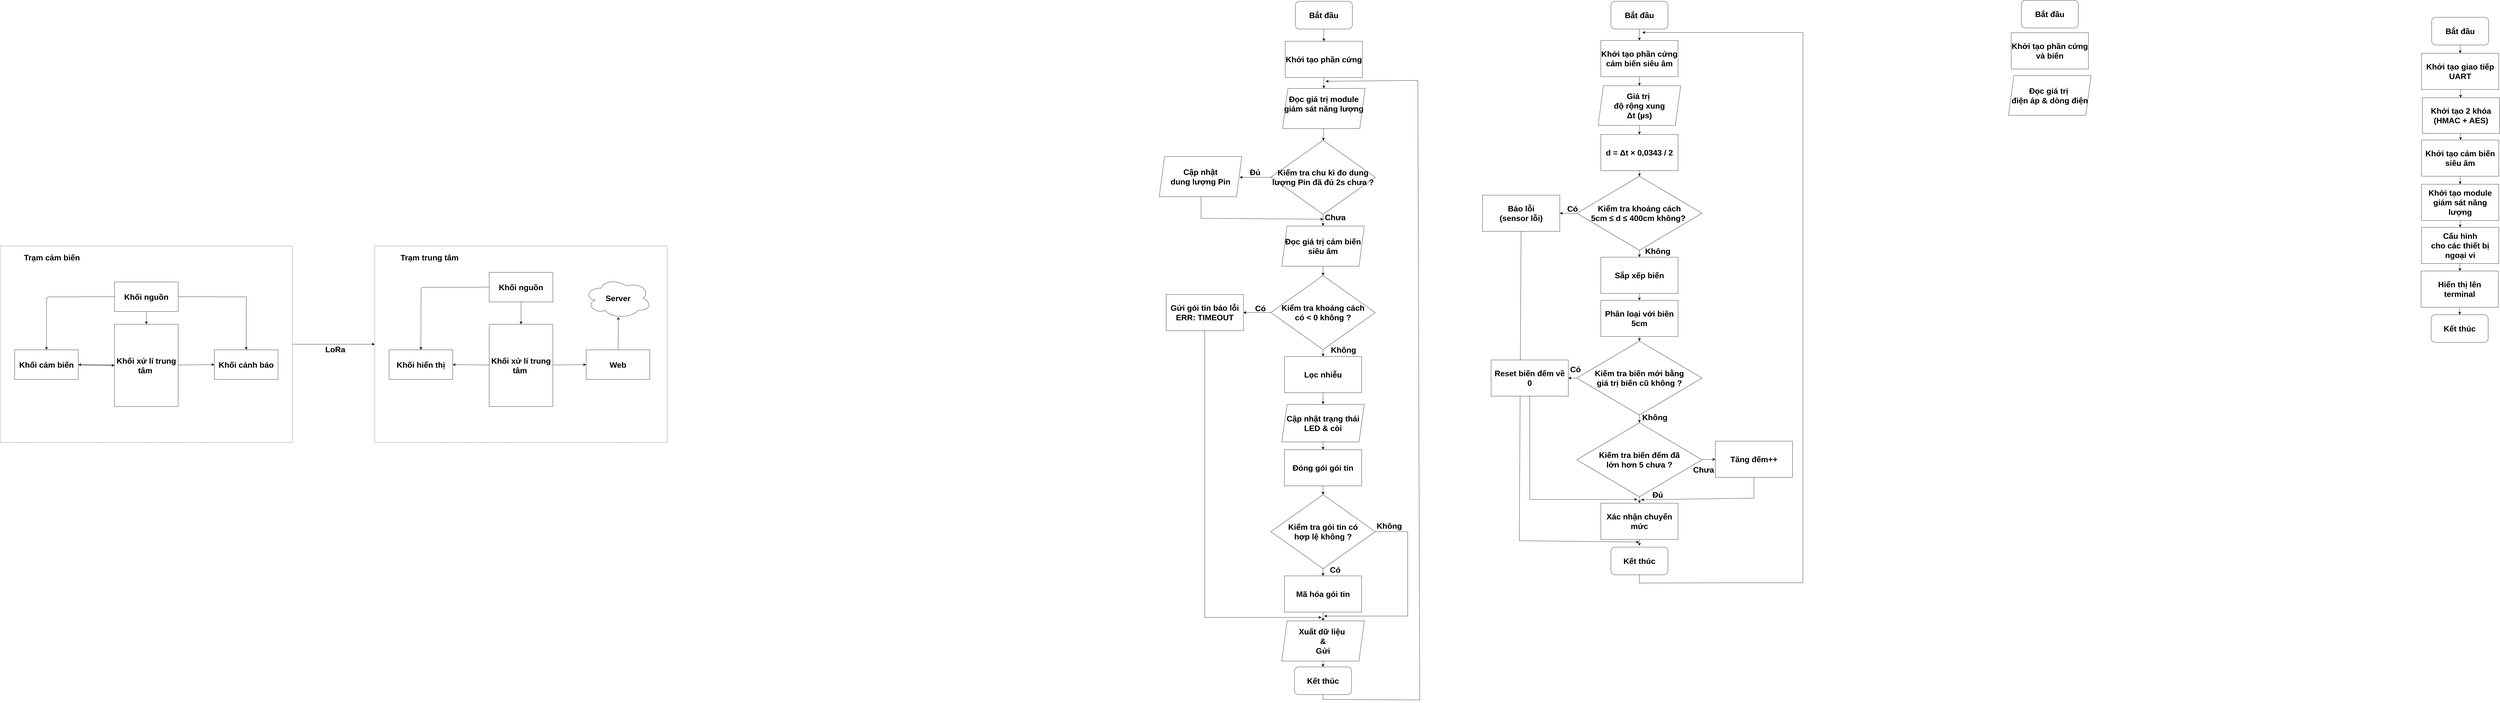
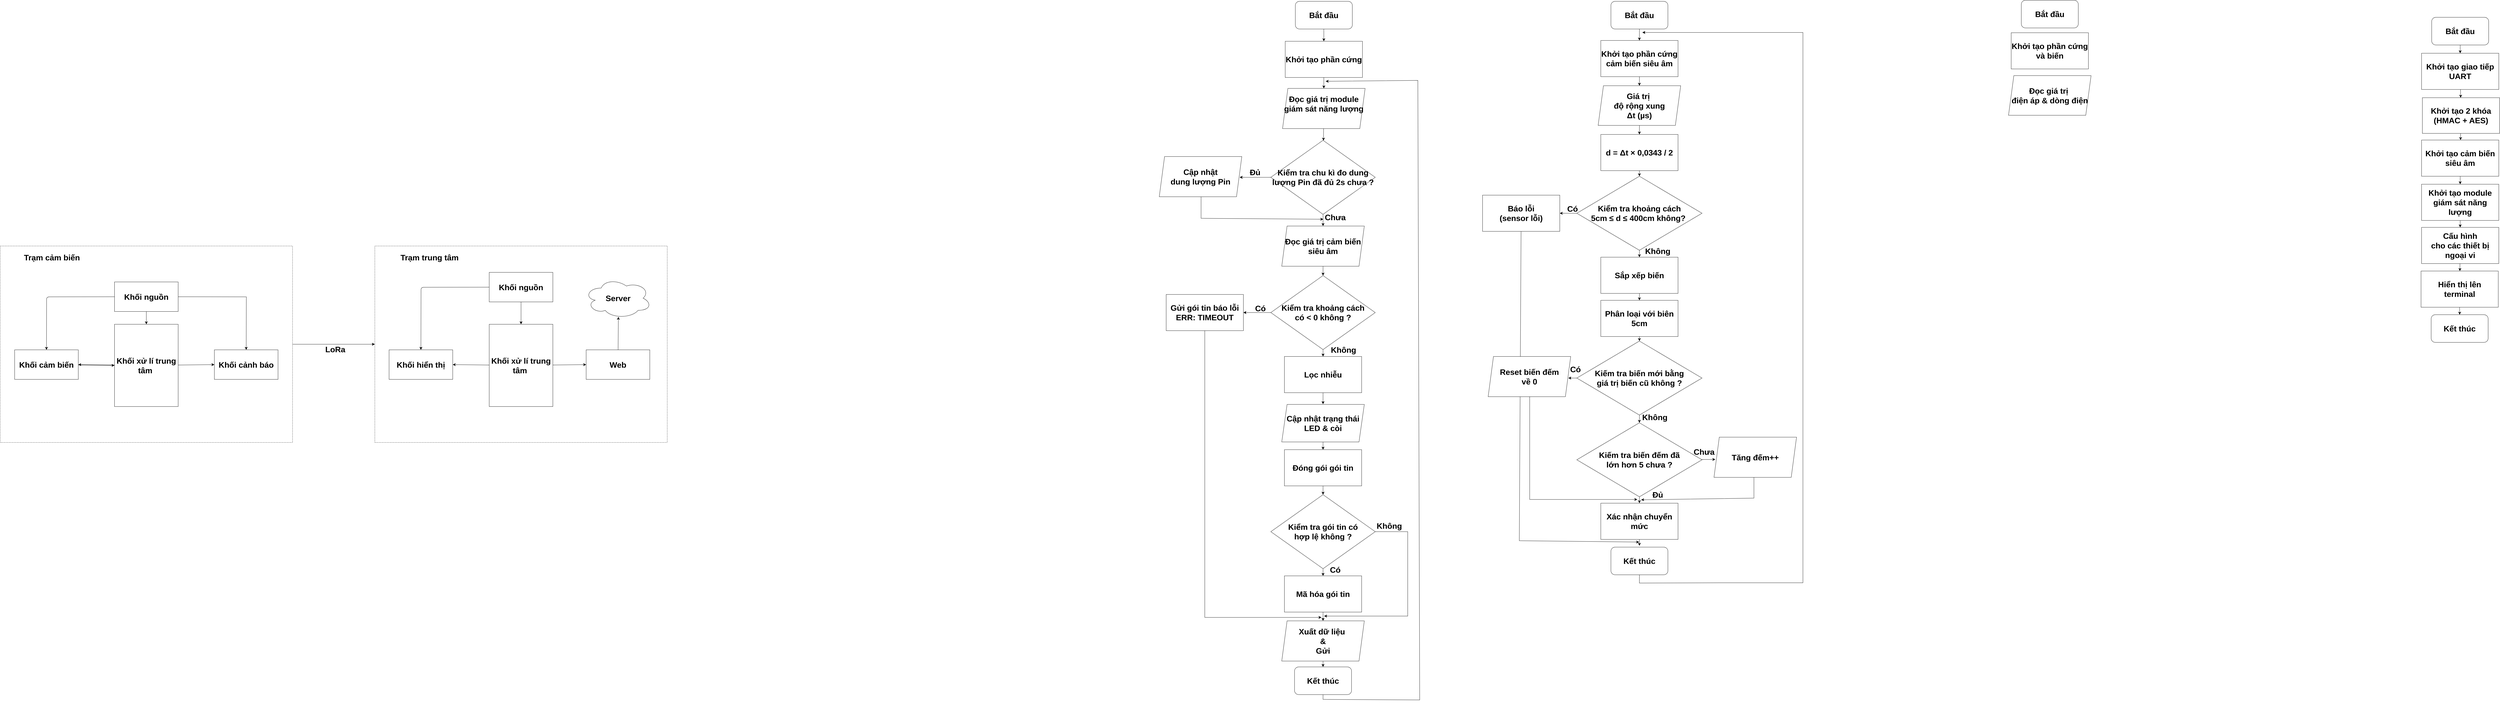
<mxfile host="app.diagrams.net">
  <diagram name="Page-1" id="Xzzm8pSJ2Ty5PO-fjyCe">
-     <mxGraphModel dx="4713" dy="2650" grid="0" gridSize="10" guides="1" tooltips="1" connect="1" arrows="1" fold="1" page="1" pageScale="1" pageWidth="4681" pageHeight="3300" math="0" shadow="0">
+     <mxGraphModel dx="2571" dy="1445" grid="0" gridSize="10" guides="1" tooltips="1" connect="1" arrows="1" fold="1" page="1" pageScale="1" pageWidth="4681" pageHeight="3300" math="0" shadow="0">
      <root>
        <mxCell id="0" />
        <mxCell id="1" parent="0" />
        <mxCell id="aMmJWWC9FcH2sZLkuJds-26" parent="1" style="rounded=0;whiteSpace=wrap;html=1;dashed=1;fontStyle=1;fontSize=30;" value="" vertex="1">
          <mxGeometry height="738" width="1098" x="1887.5" y="1122" as="geometry" />
        </mxCell>
        <mxCell id="aMmJWWC9FcH2sZLkuJds-31" edge="1" parent="1" source="aMmJWWC9FcH2sZLkuJds-25" style="edgeStyle=none;curved=1;rounded=0;orthogonalLoop=1;jettySize=auto;html=1;entryX=0;entryY=0.5;entryDx=0;entryDy=0;fontSize=30;startSize=8;endSize=8;fontStyle=1" target="aMmJWWC9FcH2sZLkuJds-26">
          <mxGeometry relative="1" as="geometry" />
        </mxCell>
        <mxCell id="aMmJWWC9FcH2sZLkuJds-25" parent="1" style="rounded=0;whiteSpace=wrap;html=1;dashed=1;fontStyle=1;fontSize=30;" value="" vertex="1">
          <mxGeometry height="738" width="1098" x="480.5" y="1122" as="geometry" />
        </mxCell>
        <mxCell id="aMmJWWC9FcH2sZLkuJds-12" edge="1" parent="1" source="aMmJWWC9FcH2sZLkuJds-1" style="edgeStyle=none;curved=1;rounded=0;orthogonalLoop=1;jettySize=auto;html=1;entryX=0;entryY=0.5;entryDx=0;entryDy=0;fontSize=30;startSize=8;endSize=8;fontStyle=1" target="aMmJWWC9FcH2sZLkuJds-5">
          <mxGeometry relative="1" as="geometry" />
        </mxCell>
        <mxCell id="aMmJWWC9FcH2sZLkuJds-13" edge="1" parent="1" source="aMmJWWC9FcH2sZLkuJds-1" style="edgeStyle=none;curved=1;rounded=0;orthogonalLoop=1;jettySize=auto;html=1;entryX=1;entryY=0.5;entryDx=0;entryDy=0;fontSize=30;startSize=8;endSize=8;fontStyle=1" target="aMmJWWC9FcH2sZLkuJds-4">
          <mxGeometry relative="1" as="geometry" />
        </mxCell>
        <mxCell id="aMmJWWC9FcH2sZLkuJds-1" parent="1" style="rounded=0;whiteSpace=wrap;html=1;fontStyle=1;fontSize=30;" value="&lt;font&gt;Khối xử lí trung tâm&amp;nbsp;&lt;/font&gt;" vertex="1">
          <mxGeometry height="309" width="239" x="910" y="1416" as="geometry" />
        </mxCell>
        <mxCell id="aMmJWWC9FcH2sZLkuJds-8" edge="1" parent="1" source="aMmJWWC9FcH2sZLkuJds-2" style="edgeStyle=none;curved=0;rounded=1;orthogonalLoop=1;jettySize=auto;html=1;entryX=0.5;entryY=0;entryDx=0;entryDy=0;fontSize=30;startSize=8;endSize=8;fontStyle=1" target="aMmJWWC9FcH2sZLkuJds-4">
          <mxGeometry relative="1" as="geometry">
            <Array as="points">
              <mxPoint x="655" y="1313" />
            </Array>
          </mxGeometry>
        </mxCell>
        <mxCell id="aMmJWWC9FcH2sZLkuJds-9" edge="1" parent="1" source="aMmJWWC9FcH2sZLkuJds-2" style="edgeStyle=none;curved=1;rounded=0;orthogonalLoop=1;jettySize=auto;html=1;entryX=0.5;entryY=0;entryDx=0;entryDy=0;fontSize=30;startSize=8;endSize=8;fontStyle=1" target="aMmJWWC9FcH2sZLkuJds-1">
          <mxGeometry relative="1" as="geometry" />
        </mxCell>
        <mxCell id="aMmJWWC9FcH2sZLkuJds-10" edge="1" parent="1" source="aMmJWWC9FcH2sZLkuJds-2" style="edgeStyle=none;curved=0;rounded=0;orthogonalLoop=1;jettySize=auto;html=1;entryX=0.5;entryY=0;entryDx=0;entryDy=0;fontSize=30;startSize=8;endSize=8;fontStyle=1" target="aMmJWWC9FcH2sZLkuJds-5">
          <mxGeometry relative="1" as="geometry">
            <Array as="points">
              <mxPoint x="1405" y="1313" />
            </Array>
          </mxGeometry>
        </mxCell>
        <mxCell id="aMmJWWC9FcH2sZLkuJds-2" parent="1" style="rounded=0;whiteSpace=wrap;html=1;fontStyle=1;fontSize=30;" value="&lt;font&gt;Khối nguồn&lt;/font&gt;" vertex="1">
          <mxGeometry height="111" width="239" x="910" y="1257" as="geometry" />
        </mxCell>
        <mxCell id="aMmJWWC9FcH2sZLkuJds-11" edge="1" parent="1" source="aMmJWWC9FcH2sZLkuJds-4" style="edgeStyle=none;curved=1;rounded=0;orthogonalLoop=1;jettySize=auto;html=1;entryX=0;entryY=0.5;entryDx=0;entryDy=0;fontSize=30;startSize=8;endSize=8;fontStyle=1" target="aMmJWWC9FcH2sZLkuJds-1">
          <mxGeometry relative="1" as="geometry" />
        </mxCell>
        <mxCell id="aMmJWWC9FcH2sZLkuJds-4" parent="1" style="rounded=0;whiteSpace=wrap;html=1;fontStyle=1;fontSize=30;" value="&lt;font&gt;Khối cảm biến&lt;/font&gt;" vertex="1">
          <mxGeometry height="111" width="239" x="535" y="1512" as="geometry" />
        </mxCell>
        <mxCell id="aMmJWWC9FcH2sZLkuJds-5" parent="1" style="rounded=0;whiteSpace=wrap;html=1;fontStyle=1;fontSize=30;" value="&lt;font&gt;Khối cảnh báo&lt;/font&gt;" vertex="1">
          <mxGeometry height="111" width="239" x="1285" y="1512" as="geometry" />
        </mxCell>
        <mxCell id="aMmJWWC9FcH2sZLkuJds-19" edge="1" parent="1" source="aMmJWWC9FcH2sZLkuJds-14" style="edgeStyle=none;curved=1;rounded=0;orthogonalLoop=1;jettySize=auto;html=1;entryX=1;entryY=0.5;entryDx=0;entryDy=0;fontSize=30;startSize=8;endSize=8;fontStyle=1" target="aMmJWWC9FcH2sZLkuJds-16">
          <mxGeometry relative="1" as="geometry" />
        </mxCell>
        <mxCell id="aMmJWWC9FcH2sZLkuJds-20" edge="1" parent="1" source="aMmJWWC9FcH2sZLkuJds-14" style="edgeStyle=none;curved=1;rounded=0;orthogonalLoop=1;jettySize=auto;html=1;entryX=0;entryY=0.5;entryDx=0;entryDy=0;fontSize=30;startSize=8;endSize=8;fontStyle=1" target="aMmJWWC9FcH2sZLkuJds-18">
          <mxGeometry relative="1" as="geometry" />
        </mxCell>
        <mxCell id="aMmJWWC9FcH2sZLkuJds-14" parent="1" style="rounded=0;whiteSpace=wrap;html=1;fontStyle=1;fontSize=30;" value="&lt;font&gt;Khối xử lí trung tâm&amp;nbsp;&lt;/font&gt;" vertex="1">
          <mxGeometry height="309" width="239" x="2317" y="1416" as="geometry" />
        </mxCell>
        <mxCell id="aMmJWWC9FcH2sZLkuJds-21" edge="1" parent="1" source="aMmJWWC9FcH2sZLkuJds-15" style="edgeStyle=none;curved=1;rounded=0;orthogonalLoop=1;jettySize=auto;html=1;entryX=0.5;entryY=0;entryDx=0;entryDy=0;fontSize=30;startSize=8;endSize=8;fontStyle=1" target="aMmJWWC9FcH2sZLkuJds-14">
          <mxGeometry relative="1" as="geometry" />
        </mxCell>
        <mxCell id="aMmJWWC9FcH2sZLkuJds-22" edge="1" parent="1" source="aMmJWWC9FcH2sZLkuJds-15" style="edgeStyle=none;curved=0;rounded=1;orthogonalLoop=1;jettySize=auto;html=1;entryX=0.5;entryY=0;entryDx=0;entryDy=0;fontSize=30;startSize=8;endSize=8;fontStyle=1" target="aMmJWWC9FcH2sZLkuJds-16">
          <mxGeometry relative="1" as="geometry">
            <Array as="points">
              <mxPoint x="2061" y="1277" />
            </Array>
          </mxGeometry>
        </mxCell>
        <mxCell id="aMmJWWC9FcH2sZLkuJds-15" parent="1" style="rounded=0;whiteSpace=wrap;html=1;fontStyle=1;fontSize=30;" value="&lt;font&gt;Khối nguồn&lt;/font&gt;" vertex="1">
          <mxGeometry height="111" width="239" x="2317" y="1221" as="geometry" />
        </mxCell>
        <mxCell id="aMmJWWC9FcH2sZLkuJds-16" parent="1" style="rounded=0;whiteSpace=wrap;html=1;fontStyle=1;fontSize=30;" value="&lt;font&gt;Khối hiển thị&lt;/font&gt;" vertex="1">
          <mxGeometry height="111" width="239" x="1941" y="1512" as="geometry" />
        </mxCell>
        <mxCell id="aMmJWWC9FcH2sZLkuJds-18" parent="1" style="rounded=0;whiteSpace=wrap;html=1;fontStyle=1;fontSize=30;" value="&lt;span&gt;Web&lt;/span&gt;" vertex="1">
          <mxGeometry height="111" width="239" x="2681" y="1512" as="geometry" />
        </mxCell>
        <mxCell id="aMmJWWC9FcH2sZLkuJds-23" parent="1" style="ellipse;shape=cloud;whiteSpace=wrap;html=1;fontStyle=1;fontSize=30;" value="&lt;span&gt;Server&lt;/span&gt;" vertex="1">
          <mxGeometry height="152" width="252" x="2674.5" y="1242" as="geometry" />
        </mxCell>
        <mxCell id="aMmJWWC9FcH2sZLkuJds-24" edge="1" parent="1" source="aMmJWWC9FcH2sZLkuJds-18" style="edgeStyle=none;curved=1;rounded=0;orthogonalLoop=1;jettySize=auto;html=1;entryX=0.506;entryY=0.961;entryDx=0;entryDy=0;entryPerimeter=0;fontSize=30;startSize=8;endSize=8;fontStyle=1" target="aMmJWWC9FcH2sZLkuJds-23">
          <mxGeometry relative="1" as="geometry" />
        </mxCell>
        <mxCell id="aMmJWWC9FcH2sZLkuJds-27" parent="1" style="text;html=1;whiteSpace=wrap;strokeColor=none;fillColor=none;align=center;verticalAlign=middle;rounded=0;fontSize=30;fontStyle=1" value="Trạm cảm biến" vertex="1">
          <mxGeometry height="30" width="332" x="509" y="1150" as="geometry" />
        </mxCell>
        <mxCell id="aMmJWWC9FcH2sZLkuJds-28" parent="1" style="text;html=1;whiteSpace=wrap;strokeColor=none;fillColor=none;align=center;verticalAlign=middle;rounded=0;fontSize=30;fontStyle=1" value="Trạm trung tâm" vertex="1">
          <mxGeometry height="30" width="332" x="1927" y="1150" as="geometry" />
        </mxCell>
        <mxCell id="aMmJWWC9FcH2sZLkuJds-32" parent="1" style="text;html=1;whiteSpace=wrap;strokeColor=none;fillColor=none;align=center;verticalAlign=middle;rounded=0;fontSize=30;fontStyle=1" value="LoRa" vertex="1">
          <mxGeometry height="30" width="332" x="1573" y="1495" as="geometry" />
        </mxCell>
        <mxCell id="dHOnNA1qFKyTxo9gN7e2-32" edge="1" parent="1" source="dHOnNA1qFKyTxo9gN7e2-2" style="edgeStyle=none;curved=1;rounded=0;orthogonalLoop=1;jettySize=auto;html=1;fontSize=30;startSize=8;endSize=8;fontStyle=1" target="dHOnNA1qFKyTxo9gN7e2-3" value="">
          <mxGeometry relative="1" as="geometry" />
        </mxCell>
        <mxCell id="dHOnNA1qFKyTxo9gN7e2-2" parent="1" style="rounded=1;whiteSpace=wrap;html=1;fontStyle=1;fontSize=30;" value="&lt;font&gt;Bắt đầu&lt;/font&gt;" vertex="1">
          <mxGeometry height="104" width="214" x="5344" y="203" as="geometry" />
        </mxCell>
        <mxCell id="dHOnNA1qFKyTxo9gN7e2-33" edge="1" parent="1" source="dHOnNA1qFKyTxo9gN7e2-3" style="edgeStyle=none;curved=1;rounded=0;orthogonalLoop=1;jettySize=auto;html=1;fontSize=30;startSize=8;endSize=8;fontStyle=1" target="dHOnNA1qFKyTxo9gN7e2-4" value="">
          <mxGeometry relative="1" as="geometry" />
        </mxCell>
        <mxCell id="dHOnNA1qFKyTxo9gN7e2-3" parent="1" style="rounded=0;whiteSpace=wrap;html=1;fontStyle=1;fontSize=30;" value="&lt;font&gt;Khởi tạo phần cứng&lt;/font&gt;" vertex="1">
          <mxGeometry height="136" width="290" x="5306" y="353" as="geometry" />
        </mxCell>
        <mxCell id="dHOnNA1qFKyTxo9gN7e2-6" edge="1" parent="1" source="dHOnNA1qFKyTxo9gN7e2-4" style="edgeStyle=none;curved=1;rounded=0;orthogonalLoop=1;jettySize=auto;html=1;fontSize=30;startSize=8;endSize=8;fontStyle=1" target="dHOnNA1qFKyTxo9gN7e2-5" value="">
          <mxGeometry relative="1" as="geometry" />
        </mxCell>
        <mxCell id="dHOnNA1qFKyTxo9gN7e2-4" parent="1" style="shape=parallelogram;perimeter=parallelogramPerimeter;whiteSpace=wrap;html=1;fixedSize=1;fontStyle=1;fontSize=30;" value="&lt;font&gt;Đọc giá trị module giám sát năng lượng&lt;/font&gt;&lt;div&gt;&lt;font&gt;&lt;br&gt;&lt;/font&gt;&lt;/div&gt;" vertex="1">
          <mxGeometry height="151" width="310" x="5296" y="530" as="geometry" />
        </mxCell>
        <mxCell id="dHOnNA1qFKyTxo9gN7e2-8" edge="1" parent="1" source="dHOnNA1qFKyTxo9gN7e2-5" style="edgeStyle=none;curved=1;rounded=0;orthogonalLoop=1;jettySize=auto;html=1;fontSize=30;startSize=8;endSize=8;fontStyle=1" target="dHOnNA1qFKyTxo9gN7e2-7" value="">
          <mxGeometry relative="1" as="geometry" />
        </mxCell>
        <mxCell id="dHOnNA1qFKyTxo9gN7e2-19" edge="1" parent="1" source="dHOnNA1qFKyTxo9gN7e2-5" style="edgeStyle=none;curved=1;rounded=0;orthogonalLoop=1;jettySize=auto;html=1;fontSize=30;startSize=8;endSize=8;fontStyle=1" value="">
          <mxGeometry relative="1" as="geometry">
            <mxPoint x="5135" y="864.0000000000005" as="targetPoint" />
          </mxGeometry>
        </mxCell>
        <mxCell id="dHOnNA1qFKyTxo9gN7e2-29" edge="1" parent="1" source="dHOnNA1qFKyTxo9gN7e2-5" style="edgeStyle=none;curved=1;rounded=0;orthogonalLoop=1;jettySize=auto;html=1;fontSize=30;startSize=8;endSize=8;fontStyle=1" value="">
          <mxGeometry relative="1" as="geometry">
            <mxPoint x="5135" y="864.0000000000005" as="targetPoint" />
          </mxGeometry>
        </mxCell>
        <mxCell id="dHOnNA1qFKyTxo9gN7e2-5" parent="1" style="rhombus;whiteSpace=wrap;html=1;fontStyle=1;fontSize=30;" value="&lt;font&gt;Kiểm tra chu kì đo dung lượng Pin đã đủ 2s chưa ?&lt;/font&gt;" vertex="1">
          <mxGeometry height="278" width="392" x="5252" y="725" as="geometry" />
        </mxCell>
        <mxCell id="dHOnNA1qFKyTxo9gN7e2-22" edge="1" parent="1" source="dHOnNA1qFKyTxo9gN7e2-7" style="edgeStyle=none;curved=1;rounded=0;orthogonalLoop=1;jettySize=auto;html=1;fontSize=30;startSize=8;endSize=8;fontStyle=1" target="dHOnNA1qFKyTxo9gN7e2-9" value="">
          <mxGeometry relative="1" as="geometry" />
        </mxCell>
        <mxCell id="dHOnNA1qFKyTxo9gN7e2-7" parent="1" style="shape=parallelogram;perimeter=parallelogramPerimeter;whiteSpace=wrap;html=1;fixedSize=1;fontStyle=1;fontSize=30;" value="&lt;span&gt;Đọc giá trị cảm biến siêu âm&lt;/span&gt;" vertex="1">
          <mxGeometry height="151" width="310" x="5293" y="1047" as="geometry" />
        </mxCell>
        <mxCell id="dHOnNA1qFKyTxo9gN7e2-23" edge="1" parent="1" source="dHOnNA1qFKyTxo9gN7e2-9" style="edgeStyle=none;curved=1;rounded=0;orthogonalLoop=1;jettySize=auto;html=1;fontSize=30;startSize=8;endSize=8;fontStyle=1" target="dHOnNA1qFKyTxo9gN7e2-10" value="">
          <mxGeometry relative="1" as="geometry" />
        </mxCell>
        <mxCell id="dHOnNA1qFKyTxo9gN7e2-35" edge="1" parent="1" source="dHOnNA1qFKyTxo9gN7e2-9" style="edgeStyle=none;curved=1;rounded=0;orthogonalLoop=1;jettySize=auto;html=1;fontSize=30;startSize=8;endSize=8;fontStyle=1" target="dHOnNA1qFKyTxo9gN7e2-34" value="">
          <mxGeometry relative="1" as="geometry" />
        </mxCell>
        <mxCell id="dHOnNA1qFKyTxo9gN7e2-9" parent="1" style="rhombus;whiteSpace=wrap;html=1;fontStyle=1;fontSize=30;" value="&lt;font&gt;Kiểm tra khoảng cách&lt;br&gt;có &amp;lt; 0 không ?&lt;/font&gt;" vertex="1">
          <mxGeometry height="278" width="392" x="5252" y="1233" as="geometry" />
        </mxCell>
        <mxCell id="dHOnNA1qFKyTxo9gN7e2-24" edge="1" parent="1" source="dHOnNA1qFKyTxo9gN7e2-10" style="edgeStyle=none;curved=1;rounded=0;orthogonalLoop=1;jettySize=auto;html=1;fontSize=30;startSize=8;endSize=8;fontStyle=1" value="">
          <mxGeometry relative="1" as="geometry">
            <mxPoint x="5448.000000000001" y="1716" as="targetPoint" />
          </mxGeometry>
        </mxCell>
        <mxCell id="dHOnNA1qFKyTxo9gN7e2-10" parent="1" style="rounded=0;whiteSpace=wrap;html=1;fontStyle=1;fontSize=30;" value="&lt;font&gt;Lọc nhiễu&lt;/font&gt;" vertex="1">
          <mxGeometry height="136" width="290" x="5303" y="1537" as="geometry" />
        </mxCell>
        <mxCell id="dHOnNA1qFKyTxo9gN7e2-25" edge="1" parent="1" style="edgeStyle=none;curved=1;rounded=0;orthogonalLoop=1;jettySize=auto;html=1;fontSize=30;startSize=8;endSize=8;fontStyle=1" target="dHOnNA1qFKyTxo9gN7e2-13" value="">
          <mxGeometry relative="1" as="geometry">
            <mxPoint x="5448.000000000001" y="1852" as="sourcePoint" />
          </mxGeometry>
        </mxCell>
        <mxCell id="dHOnNA1qFKyTxo9gN7e2-26" edge="1" parent="1" source="dHOnNA1qFKyTxo9gN7e2-13" style="edgeStyle=none;curved=1;rounded=0;orthogonalLoop=1;jettySize=auto;html=1;fontSize=30;startSize=8;endSize=8;fontStyle=1" target="dHOnNA1qFKyTxo9gN7e2-14" value="">
          <mxGeometry relative="1" as="geometry" />
        </mxCell>
        <mxCell id="dHOnNA1qFKyTxo9gN7e2-13" parent="1" style="rounded=0;whiteSpace=wrap;html=1;fontStyle=1;fontSize=30;" value="&lt;span&gt;Đóng gói gói tin&lt;/span&gt;" vertex="1">
          <mxGeometry height="136" width="290" x="5303" y="1887" as="geometry" />
        </mxCell>
        <mxCell id="dHOnNA1qFKyTxo9gN7e2-27" edge="1" parent="1" source="dHOnNA1qFKyTxo9gN7e2-14" style="edgeStyle=none;curved=1;rounded=0;orthogonalLoop=1;jettySize=auto;html=1;fontSize=30;startSize=8;endSize=8;fontStyle=1" target="dHOnNA1qFKyTxo9gN7e2-15" value="">
          <mxGeometry relative="1" as="geometry" />
        </mxCell>
        <mxCell id="dHOnNA1qFKyTxo9gN7e2-41" edge="1" parent="1" source="dHOnNA1qFKyTxo9gN7e2-14" style="edgeStyle=none;curved=0;rounded=0;orthogonalLoop=1;jettySize=auto;html=1;fontSize=30;startSize=8;endSize=8;fontStyle=1" value="">
          <mxGeometry relative="1" as="geometry">
            <Array as="points">
              <mxPoint x="5766" y="2195" />
              <mxPoint x="5766" y="2512" />
            </Array>
            <mxPoint x="5452" y="2512" as="targetPoint" />
          </mxGeometry>
        </mxCell>
        <mxCell id="dHOnNA1qFKyTxo9gN7e2-14" parent="1" style="rhombus;whiteSpace=wrap;html=1;fontStyle=1;fontSize=30;" value="&lt;span&gt;Kiểm tra gói tin có&lt;/span&gt;&lt;div&gt;&lt;span&gt;hợp lệ không ?&lt;/span&gt;&lt;/div&gt;" vertex="1">
          <mxGeometry height="278" width="392" x="5252" y="2056" as="geometry" />
        </mxCell>
        <mxCell id="dHOnNA1qFKyTxo9gN7e2-28" edge="1" parent="1" source="dHOnNA1qFKyTxo9gN7e2-15" style="edgeStyle=none;curved=1;rounded=0;orthogonalLoop=1;jettySize=auto;html=1;fontSize=30;startSize=8;endSize=8;fontStyle=1" value="">
          <mxGeometry relative="1" as="geometry">
            <mxPoint x="5448" y="2530" as="targetPoint" />
          </mxGeometry>
        </mxCell>
        <mxCell id="dHOnNA1qFKyTxo9gN7e2-15" parent="1" style="rounded=0;whiteSpace=wrap;html=1;fontStyle=1;fontSize=30;" value="&lt;span&gt;Mã hóa gói tin&lt;/span&gt;" vertex="1">
          <mxGeometry height="136" width="290" x="5303" y="2361" as="geometry" />
        </mxCell>
        <mxCell id="dHOnNA1qFKyTxo9gN7e2-42" edge="1" parent="1" source="dHOnNA1qFKyTxo9gN7e2-105" style="edgeStyle=none;curved=0;rounded=0;orthogonalLoop=1;jettySize=auto;html=1;fontSize=30;startSize=8;endSize=8;fontStyle=1;exitX=0.5;exitY=1;exitDx=0;exitDy=0;">
          <mxGeometry relative="1" as="geometry">
            <Array as="points">
              <mxPoint x="5448" y="2825" />
              <mxPoint x="5811" y="2827" />
              <mxPoint x="5804" y="500" />
            </Array>
            <mxPoint x="5448" y="2666" as="sourcePoint" />
            <mxPoint x="5458" y="503.3333333333335" as="targetPoint" />
          </mxGeometry>
        </mxCell>
        <mxCell id="dHOnNA1qFKyTxo9gN7e2-21" edge="1" parent="1" style="edgeStyle=none;curved=0;rounded=0;orthogonalLoop=1;jettySize=auto;html=1;fontSize=30;startSize=8;endSize=8;fontStyle=1">
          <mxGeometry relative="1" as="geometry">
            <Array as="points">
              <mxPoint x="4990" y="1018" />
            </Array>
            <mxPoint x="4990" y="932" as="sourcePoint" />
            <mxPoint x="5448.941176470588" y="1021.4705882352941" as="targetPoint" />
          </mxGeometry>
        </mxCell>
        <mxCell id="dHOnNA1qFKyTxo9gN7e2-30" parent="1" style="text;html=1;whiteSpace=wrap;strokeColor=none;fillColor=none;align=center;verticalAlign=middle;rounded=0;fontSize=30;fontStyle=1" value="Đủ" vertex="1">
          <mxGeometry height="30" width="60" x="5163" y="830" as="geometry" />
        </mxCell>
        <mxCell id="dHOnNA1qFKyTxo9gN7e2-31" parent="1" style="text;html=1;whiteSpace=wrap;strokeColor=none;fillColor=none;align=center;verticalAlign=middle;rounded=0;fontSize=30;fontStyle=1" value="&lt;font&gt;Chưa&lt;/font&gt;" vertex="1">
          <mxGeometry height="30" width="60" x="5464" y="999" as="geometry" />
        </mxCell>
        <mxCell id="dHOnNA1qFKyTxo9gN7e2-36" edge="1" parent="1" source="dHOnNA1qFKyTxo9gN7e2-34" style="edgeStyle=none;curved=0;rounded=0;orthogonalLoop=1;jettySize=auto;html=1;fontSize=30;startSize=8;endSize=8;fontStyle=1">
          <mxGeometry relative="1" as="geometry">
            <Array as="points">
              <mxPoint x="5004" y="2517" />
            </Array>
            <mxPoint x="5442" y="2517" as="targetPoint" />
          </mxGeometry>
        </mxCell>
        <mxCell id="dHOnNA1qFKyTxo9gN7e2-34" parent="1" style="rounded=0;whiteSpace=wrap;html=1;fontStyle=1;fontSize=30;" value="&lt;span&gt;Gửi gói tin báo lỗi&lt;/span&gt;&lt;div&gt;&lt;span&gt;ERR: TIMEOUT&lt;/span&gt;&lt;/div&gt;" vertex="1">
          <mxGeometry height="136" width="290" x="4859" y="1304" as="geometry" />
        </mxCell>
        <mxCell id="dHOnNA1qFKyTxo9gN7e2-37" parent="1" style="text;html=1;whiteSpace=wrap;strokeColor=none;fillColor=none;align=center;verticalAlign=middle;rounded=0;fontSize=30;fontStyle=1" value="Có" vertex="1">
          <mxGeometry height="30" width="60" x="5183" y="1341" as="geometry" />
        </mxCell>
        <mxCell id="dHOnNA1qFKyTxo9gN7e2-38" parent="1" style="text;html=1;whiteSpace=wrap;strokeColor=none;fillColor=none;align=center;verticalAlign=middle;rounded=0;fontSize=30;fontStyle=1" value="&lt;span&gt;Không&lt;/span&gt;" vertex="1">
          <mxGeometry height="30" width="60" x="5495" y="1497" as="geometry" />
        </mxCell>
        <mxCell id="dHOnNA1qFKyTxo9gN7e2-43" parent="1" style="text;html=1;whiteSpace=wrap;strokeColor=none;fillColor=none;align=center;verticalAlign=middle;rounded=0;fontSize=30;fontStyle=1" value="Có" vertex="1">
          <mxGeometry height="30" width="60" x="5464" y="2323" as="geometry" />
        </mxCell>
        <mxCell id="dHOnNA1qFKyTxo9gN7e2-44" parent="1" style="text;html=1;whiteSpace=wrap;strokeColor=none;fillColor=none;align=center;verticalAlign=middle;rounded=0;fontSize=30;fontStyle=1" value="&lt;span&gt;Không&lt;/span&gt;" vertex="1">
          <mxGeometry height="30" width="60" x="5667" y="2158" as="geometry" />
        </mxCell>
        <mxCell id="dHOnNA1qFKyTxo9gN7e2-69" edge="1" parent="1" source="dHOnNA1qFKyTxo9gN7e2-47" style="edgeStyle=none;curved=1;rounded=0;orthogonalLoop=1;jettySize=auto;html=1;fontSize=12;startSize=8;endSize=8;" target="dHOnNA1qFKyTxo9gN7e2-53" value="">
          <mxGeometry relative="1" as="geometry" />
        </mxCell>
        <mxCell id="dHOnNA1qFKyTxo9gN7e2-47" parent="1" style="rounded=1;whiteSpace=wrap;html=1;fontStyle=1;fontSize=30;" value="&lt;font&gt;Bắt đầu&lt;/font&gt;" vertex="1">
          <mxGeometry height="104" width="214" x="6529" y="203" as="geometry" />
        </mxCell>
        <mxCell id="dHOnNA1qFKyTxo9gN7e2-71" edge="1" parent="1" source="dHOnNA1qFKyTxo9gN7e2-49" style="edgeStyle=none;curved=1;rounded=0;orthogonalLoop=1;jettySize=auto;html=1;fontSize=12;startSize=8;endSize=8;" target="dHOnNA1qFKyTxo9gN7e2-50" value="">
          <mxGeometry relative="1" as="geometry" />
        </mxCell>
        <mxCell id="dHOnNA1qFKyTxo9gN7e2-49" parent="1" style="shape=parallelogram;perimeter=parallelogramPerimeter;whiteSpace=wrap;html=1;fixedSize=1;fontStyle=1;fontSize=30;" value="&lt;div&gt;&lt;font&gt;Giá trị&amp;nbsp;&lt;/font&gt;&lt;/div&gt;&lt;div&gt;&lt;font&gt;độ rộng xung&lt;/font&gt;&lt;/div&gt;&lt;div&gt;&lt;font&gt;&lt;span style=&quot;background-color: transparent; color: light-dark(rgb(0, 0, 0), rgb(255, 255, 255));&quot;&gt;Δt&lt;/span&gt;&amp;nbsp;(µs)&lt;/font&gt;&lt;/div&gt;" vertex="1">
          <mxGeometry height="149" width="310" x="6481" y="520" as="geometry" />
        </mxCell>
        <mxCell id="dHOnNA1qFKyTxo9gN7e2-72" edge="1" parent="1" source="dHOnNA1qFKyTxo9gN7e2-50" style="edgeStyle=none;curved=1;rounded=0;orthogonalLoop=1;jettySize=auto;html=1;fontSize=12;startSize=8;endSize=8;" target="dHOnNA1qFKyTxo9gN7e2-55" value="">
          <mxGeometry relative="1" as="geometry" />
        </mxCell>
        <mxCell id="dHOnNA1qFKyTxo9gN7e2-50" parent="1" style="rounded=0;whiteSpace=wrap;html=1;fontStyle=1;fontSize=30;" value="&lt;font&gt;d = Δt × 0,0343 / 2&lt;/font&gt;" vertex="1">
          <mxGeometry height="136" width="290" x="6491" y="703" as="geometry" />
        </mxCell>
        <mxCell id="dHOnNA1qFKyTxo9gN7e2-70" edge="1" parent="1" source="dHOnNA1qFKyTxo9gN7e2-53" style="edgeStyle=none;curved=1;rounded=0;orthogonalLoop=1;jettySize=auto;html=1;fontSize=12;startSize=8;endSize=8;" target="dHOnNA1qFKyTxo9gN7e2-49" value="">
          <mxGeometry relative="1" as="geometry" />
        </mxCell>
        <mxCell id="dHOnNA1qFKyTxo9gN7e2-53" parent="1" style="rounded=0;whiteSpace=wrap;html=1;fontStyle=1;fontSize=30;" value="&lt;font&gt;Khởi tạo phần cứng&lt;/font&gt;&lt;div&gt;&lt;font&gt;cảm biến siêu âm&lt;/font&gt;&lt;/div&gt;" vertex="1">
          <mxGeometry height="136" width="290" x="6491" y="350" as="geometry" />
        </mxCell>
        <mxCell id="dHOnNA1qFKyTxo9gN7e2-73" edge="1" parent="1" source="dHOnNA1qFKyTxo9gN7e2-55" style="edgeStyle=none;curved=1;rounded=0;orthogonalLoop=1;jettySize=auto;html=1;fontSize=12;startSize=8;endSize=8;" target="dHOnNA1qFKyTxo9gN7e2-57" value="">
          <mxGeometry relative="1" as="geometry" />
        </mxCell>
        <mxCell id="dHOnNA1qFKyTxo9gN7e2-74" edge="1" parent="1" source="dHOnNA1qFKyTxo9gN7e2-55" style="edgeStyle=none;curved=1;rounded=0;orthogonalLoop=1;jettySize=auto;html=1;fontSize=12;startSize=8;endSize=8;" target="dHOnNA1qFKyTxo9gN7e2-58" value="">
          <mxGeometry relative="1" as="geometry" />
        </mxCell>
        <mxCell id="dHOnNA1qFKyTxo9gN7e2-55" parent="1" style="rhombus;whiteSpace=wrap;html=1;fontStyle=1;fontSize=30;" value="&lt;font&gt;Kiểm tra khoảng cách&lt;/font&gt;&lt;div&gt;&lt;font&gt;5cm ≤ d&amp;nbsp;≤ 400cm không?&amp;nbsp;&lt;/font&gt;&lt;/div&gt;" vertex="1">
          <mxGeometry height="278" width="470" x="6401" y="860" as="geometry" />
        </mxCell>
        <mxCell id="dHOnNA1qFKyTxo9gN7e2-84" edge="1" parent="1" source="dHOnNA1qFKyTxo9gN7e2-57" style="edgeStyle=none;curved=0;rounded=0;orthogonalLoop=1;jettySize=auto;html=1;fontSize=12;startSize=8;endSize=8;">
          <mxGeometry relative="1" as="geometry">
            <Array as="points">
              <mxPoint x="6185" y="2229" />
            </Array>
            <mxPoint x="6635" y="2234" as="targetPoint" />
          </mxGeometry>
        </mxCell>
        <mxCell id="dHOnNA1qFKyTxo9gN7e2-57" parent="1" style="rounded=0;whiteSpace=wrap;html=1;fontStyle=1;fontSize=30;" value="&lt;font&gt;Báo lỗi&lt;/font&gt;&lt;div&gt;(sensor lỗi)&lt;/div&gt;" vertex="1">
          <mxGeometry height="136" width="290" x="6047" y="931" as="geometry" />
        </mxCell>
        <mxCell id="dHOnNA1qFKyTxo9gN7e2-75" edge="1" parent="1" source="dHOnNA1qFKyTxo9gN7e2-58" style="edgeStyle=none;curved=1;rounded=0;orthogonalLoop=1;jettySize=auto;html=1;fontSize=12;startSize=8;endSize=8;" target="dHOnNA1qFKyTxo9gN7e2-59" value="">
          <mxGeometry relative="1" as="geometry" />
        </mxCell>
        <mxCell id="dHOnNA1qFKyTxo9gN7e2-58" parent="1" style="rounded=0;whiteSpace=wrap;html=1;fontStyle=1;fontSize=30;" value="Sắp xếp biến" vertex="1">
          <mxGeometry height="136" width="290" x="6491" y="1164" as="geometry" />
        </mxCell>
        <mxCell id="dHOnNA1qFKyTxo9gN7e2-76" edge="1" parent="1" source="dHOnNA1qFKyTxo9gN7e2-59" style="edgeStyle=none;curved=1;rounded=0;orthogonalLoop=1;jettySize=auto;html=1;fontSize=12;startSize=8;endSize=8;" target="dHOnNA1qFKyTxo9gN7e2-61" value="">
          <mxGeometry relative="1" as="geometry" />
        </mxCell>
        <mxCell id="dHOnNA1qFKyTxo9gN7e2-59" parent="1" style="rounded=0;whiteSpace=wrap;html=1;fontStyle=1;fontSize=30;" value="Phân loại với biên&lt;div&gt;5cm&lt;/div&gt;" vertex="1">
          <mxGeometry height="136" width="290" x="6491" y="1326" as="geometry" />
        </mxCell>
-         <mxCell id="dHOnNA1qFKyTxo9gN7e2-77" edge="1" parent="1" source="dHOnNA1qFKyTxo9gN7e2-61" style="edgeStyle=none;curved=1;rounded=0;orthogonalLoop=1;jettySize=auto;html=1;fontSize=12;startSize=8;endSize=8;" target="dHOnNA1qFKyTxo9gN7e2-62" value="">
-           <mxGeometry relative="1" as="geometry" />
+         <mxCell id="dHOnNA1qFKyTxo9gN7e2-77" edge="1" parent="1" source="dHOnNA1qFKyTxo9gN7e2-61" style="edgeStyle=none;curved=1;rounded=0;orthogonalLoop=1;jettySize=auto;html=1;fontSize=12;startSize=8;endSize=8;" value="">
+           <mxGeometry relative="1" as="geometry">
+             <mxPoint x="6369" y="1618.0000000000005" as="targetPoint" />
+           </mxGeometry>
        </mxCell>
        <mxCell id="dHOnNA1qFKyTxo9gN7e2-78" edge="1" parent="1" source="dHOnNA1qFKyTxo9gN7e2-61" style="edgeStyle=none;curved=1;rounded=0;orthogonalLoop=1;jettySize=auto;html=1;fontSize=12;startSize=8;endSize=8;" target="dHOnNA1qFKyTxo9gN7e2-64" value="">
          <mxGeometry relative="1" as="geometry" />
        </mxCell>
        <mxCell id="dHOnNA1qFKyTxo9gN7e2-61" parent="1" style="rhombus;whiteSpace=wrap;html=1;fontStyle=1;fontSize=30;" value="Kiếm tra biến mới bằng&lt;div&gt;giá trị biến cũ không ?&lt;/div&gt;" vertex="1">
          <mxGeometry height="278" width="470" x="6401" y="1479" as="geometry" />
        </mxCell>
-         <mxCell id="dHOnNA1qFKyTxo9gN7e2-83" edge="1" parent="1" source="dHOnNA1qFKyTxo9gN7e2-62" style="edgeStyle=none;curved=0;rounded=0;orthogonalLoop=1;jettySize=auto;html=1;fontSize=12;startSize=8;endSize=8;">
+         <mxCell id="dHOnNA1qFKyTxo9gN7e2-83" edge="1" parent="1" style="edgeStyle=none;curved=0;rounded=0;orthogonalLoop=1;jettySize=auto;html=1;fontSize=12;startSize=8;endSize=8;">
          <mxGeometry relative="1" as="geometry">
            <Array as="points">
              <mxPoint x="6224" y="2074" />
            </Array>
+             <mxPoint x="6224" y="1686" as="sourcePoint" />
            <mxPoint x="6628" y="2074" as="targetPoint" />
          </mxGeometry>
        </mxCell>
-         <mxCell id="dHOnNA1qFKyTxo9gN7e2-62" parent="1" style="rounded=0;whiteSpace=wrap;html=1;fontStyle=1;fontSize=30;" value="Reset biến đếm về 0" vertex="1">
-           <mxGeometry height="136" width="290" x="6079" y="1550" as="geometry" />
-         </mxCell>
-         <mxCell id="dHOnNA1qFKyTxo9gN7e2-79" edge="1" parent="1" source="dHOnNA1qFKyTxo9gN7e2-64" style="edgeStyle=none;curved=1;rounded=0;orthogonalLoop=1;jettySize=auto;html=1;fontSize=12;startSize=8;endSize=8;" target="dHOnNA1qFKyTxo9gN7e2-66" value="">
-           <mxGeometry relative="1" as="geometry" />
+         <mxCell id="dHOnNA1qFKyTxo9gN7e2-79" edge="1" parent="1" source="dHOnNA1qFKyTxo9gN7e2-64" style="edgeStyle=none;curved=1;rounded=0;orthogonalLoop=1;jettySize=auto;html=1;fontSize=12;startSize=8;endSize=8;" value="">
+           <mxGeometry relative="1" as="geometry">
+             <mxPoint x="6921" y="1923.6744186046512" as="targetPoint" />
+           </mxGeometry>
        </mxCell>
        <mxCell id="dHOnNA1qFKyTxo9gN7e2-80" edge="1" parent="1" source="dHOnNA1qFKyTxo9gN7e2-64" style="edgeStyle=none;curved=1;rounded=0;orthogonalLoop=1;jettySize=auto;html=1;fontSize=12;startSize=8;endSize=8;" target="dHOnNA1qFKyTxo9gN7e2-67" value="">
          <mxGeometry relative="1" as="geometry" />
        </mxCell>
        <mxCell id="dHOnNA1qFKyTxo9gN7e2-64" parent="1" style="rhombus;whiteSpace=wrap;html=1;fontStyle=1;fontSize=30;" value="Kiếm tra biến đếm đã&lt;div&gt;lớn hơn 5 chưa ?&lt;/div&gt;" vertex="1">
          <mxGeometry height="278" width="470" x="6401" y="1786" as="geometry" />
        </mxCell>
-         <mxCell id="dHOnNA1qFKyTxo9gN7e2-85" edge="1" parent="1" source="dHOnNA1qFKyTxo9gN7e2-66" style="edgeStyle=none;curved=0;rounded=0;orthogonalLoop=1;jettySize=auto;html=1;fontSize=12;startSize=8;endSize=8;">
+         <mxCell id="dHOnNA1qFKyTxo9gN7e2-85" edge="1" parent="1" style="edgeStyle=none;curved=0;rounded=0;orthogonalLoop=1;jettySize=auto;html=1;fontSize=12;startSize=8;endSize=8;">
          <mxGeometry relative="1" as="geometry">
            <Array as="points">
              <mxPoint x="7066" y="2069" />
            </Array>
+             <mxPoint x="7066" y="1991" as="sourcePoint" />
            <mxPoint x="6642.444444444443" y="2075.222222222222" as="targetPoint" />
          </mxGeometry>
-         </mxCell>
-         <mxCell id="dHOnNA1qFKyTxo9gN7e2-66" parent="1" style="rounded=0;whiteSpace=wrap;html=1;fontStyle=1;fontSize=30;" value="Tăng đếm++" vertex="1">
-           <mxGeometry height="136" width="290" x="6921" y="1855" as="geometry" />
        </mxCell>
        <mxCell id="dHOnNA1qFKyTxo9gN7e2-81" edge="1" parent="1" source="dHOnNA1qFKyTxo9gN7e2-67" style="edgeStyle=none;curved=1;rounded=0;orthogonalLoop=1;jettySize=auto;html=1;fontSize=12;startSize=8;endSize=8;" value="">
          <mxGeometry relative="1" as="geometry">
            <mxPoint x="6636" y="2248" as="targetPoint" />
          </mxGeometry>
        </mxCell>
        <mxCell id="dHOnNA1qFKyTxo9gN7e2-67" parent="1" style="rounded=0;whiteSpace=wrap;html=1;fontStyle=1;fontSize=30;" value="Xác nhận chuyển&lt;div&gt;mức&lt;/div&gt;" vertex="1">
          <mxGeometry height="136" width="290" x="6491" y="2088" as="geometry" />
        </mxCell>
        <mxCell id="dHOnNA1qFKyTxo9gN7e2-82" edge="1" parent="1" source="dHOnNA1qFKyTxo9gN7e2-104" style="edgeStyle=none;curved=0;rounded=0;orthogonalLoop=1;jettySize=auto;html=1;fontSize=12;startSize=8;endSize=8;exitX=0.5;exitY=1;exitDx=0;exitDy=0;">
          <mxGeometry relative="1" as="geometry">
            <Array as="points">
              <mxPoint x="6636" y="2388" />
              <mxPoint x="6935" y="2387" />
              <mxPoint x="7250" y="2387" />
              <mxPoint x="7250" y="320" />
            </Array>
            <mxPoint x="6636" y="2384" as="sourcePoint" />
            <mxPoint x="6647" y="320" as="targetPoint" />
          </mxGeometry>
        </mxCell>
        <mxCell id="dHOnNA1qFKyTxo9gN7e2-86" parent="1" style="text;html=1;whiteSpace=wrap;strokeColor=none;fillColor=none;align=center;verticalAlign=middle;rounded=0;fontSize=30;fontStyle=1" value="Có" vertex="1">
          <mxGeometry height="30" width="60" x="6355" y="967" as="geometry" />
        </mxCell>
        <mxCell id="dHOnNA1qFKyTxo9gN7e2-87" parent="1" style="text;html=1;whiteSpace=wrap;strokeColor=none;fillColor=none;align=center;verticalAlign=middle;rounded=0;fontSize=30;fontStyle=1" value="&lt;span&gt;Không&lt;/span&gt;" vertex="1">
          <mxGeometry height="30" width="60" x="6675" y="1126" as="geometry" />
        </mxCell>
        <mxCell id="dHOnNA1qFKyTxo9gN7e2-88" parent="1" style="text;html=1;whiteSpace=wrap;strokeColor=none;fillColor=none;align=center;verticalAlign=middle;rounded=0;fontSize=30;fontStyle=1" value="Có" vertex="1">
          <mxGeometry height="30" width="60" x="6366" y="1570" as="geometry" />
        </mxCell>
        <mxCell id="dHOnNA1qFKyTxo9gN7e2-89" parent="1" style="text;html=1;whiteSpace=wrap;strokeColor=none;fillColor=none;align=center;verticalAlign=middle;rounded=0;fontSize=30;fontStyle=1" value="&lt;span&gt;Không&lt;/span&gt;" vertex="1">
          <mxGeometry height="30" width="60" x="6664" y="1750" as="geometry" />
        </mxCell>
        <mxCell id="dHOnNA1qFKyTxo9gN7e2-90" parent="1" style="text;html=1;whiteSpace=wrap;strokeColor=none;fillColor=none;align=center;verticalAlign=middle;rounded=0;fontSize=30;fontStyle=1" value="Đủ" vertex="1">
          <mxGeometry height="30" width="60" x="6675" y="2041" as="geometry" />
        </mxCell>
        <mxCell id="dHOnNA1qFKyTxo9gN7e2-91" parent="1" style="text;html=1;whiteSpace=wrap;strokeColor=none;fillColor=none;align=center;verticalAlign=middle;rounded=0;fontSize=30;fontStyle=1" value="&lt;font&gt;Chưa&lt;/font&gt;" vertex="1">
-           <mxGeometry height="30" width="60" x="6847" y="1947" as="geometry" />
+           <mxGeometry height="30" width="60" x="6849" y="1880" as="geometry" />
        </mxCell>
        <mxCell id="dHOnNA1qFKyTxo9gN7e2-106" edge="1" parent="1" source="dHOnNA1qFKyTxo9gN7e2-92" style="edgeStyle=none;curved=1;rounded=0;orthogonalLoop=1;jettySize=auto;html=1;fontSize=12;startSize=8;endSize=8;" target="dHOnNA1qFKyTxo9gN7e2-93" value="">
          <mxGeometry relative="1" as="geometry" />
        </mxCell>
        <mxCell id="dHOnNA1qFKyTxo9gN7e2-92" parent="1" style="rounded=1;whiteSpace=wrap;html=1;fontStyle=1;fontSize=30;" value="&lt;font&gt;Bắt đầu&lt;/font&gt;" vertex="1">
          <mxGeometry height="104" width="214" x="9611" y="263" as="geometry" />
        </mxCell>
        <mxCell id="dHOnNA1qFKyTxo9gN7e2-107" edge="1" parent="1" source="dHOnNA1qFKyTxo9gN7e2-93" style="edgeStyle=none;curved=1;rounded=0;orthogonalLoop=1;jettySize=auto;html=1;fontSize=12;startSize=8;endSize=8;" target="dHOnNA1qFKyTxo9gN7e2-94" value="">
          <mxGeometry relative="1" as="geometry" />
        </mxCell>
        <mxCell id="dHOnNA1qFKyTxo9gN7e2-93" parent="1" style="rounded=0;whiteSpace=wrap;html=1;fontStyle=1;fontSize=30;" value="Khởi tạo giao tiếp&lt;div&gt;UART&lt;/div&gt;" vertex="1">
          <mxGeometry height="136" width="290" x="9573" y="398" as="geometry" />
        </mxCell>
        <mxCell id="dHOnNA1qFKyTxo9gN7e2-108" edge="1" parent="1" source="dHOnNA1qFKyTxo9gN7e2-94" style="edgeStyle=none;curved=1;rounded=0;orthogonalLoop=1;jettySize=auto;html=1;fontSize=12;startSize=8;endSize=8;" target="dHOnNA1qFKyTxo9gN7e2-97" value="">
          <mxGeometry relative="1" as="geometry" />
        </mxCell>
        <mxCell id="dHOnNA1qFKyTxo9gN7e2-94" parent="1" style="rounded=0;whiteSpace=wrap;html=1;fontStyle=1;fontSize=30;" value="Khởi tạo 2 khóa&lt;div&gt;(HMAC + AES)&lt;/div&gt;" vertex="1">
          <mxGeometry height="134" width="290" x="9576" y="565" as="geometry" />
        </mxCell>
        <mxCell id="dHOnNA1qFKyTxo9gN7e2-111" edge="1" parent="1" source="dHOnNA1qFKyTxo9gN7e2-95" style="edgeStyle=none;curved=1;rounded=0;orthogonalLoop=1;jettySize=auto;html=1;fontSize=12;startSize=8;endSize=8;" target="dHOnNA1qFKyTxo9gN7e2-101" value="">
          <mxGeometry relative="1" as="geometry" />
        </mxCell>
        <mxCell id="dHOnNA1qFKyTxo9gN7e2-95" parent="1" style="rounded=0;whiteSpace=wrap;html=1;fontStyle=1;fontSize=30;" value="Cấu hình&lt;div&gt;cho các thiết bị ngoại vi&lt;/div&gt;" vertex="1">
          <mxGeometry height="136" width="290" x="9573" y="1052" as="geometry" />
        </mxCell>
        <mxCell id="dHOnNA1qFKyTxo9gN7e2-109" edge="1" parent="1" source="dHOnNA1qFKyTxo9gN7e2-97" style="edgeStyle=none;curved=1;rounded=0;orthogonalLoop=1;jettySize=auto;html=1;fontSize=12;startSize=8;endSize=8;" target="dHOnNA1qFKyTxo9gN7e2-98" value="">
          <mxGeometry relative="1" as="geometry" />
        </mxCell>
        <mxCell id="dHOnNA1qFKyTxo9gN7e2-97" parent="1" style="rounded=0;whiteSpace=wrap;html=1;fontStyle=1;fontSize=30;" value="Khởi tạo cảm biến&lt;div&gt;siêu âm&lt;/div&gt;" vertex="1">
          <mxGeometry height="136" width="290" x="9573" y="724" as="geometry" />
        </mxCell>
        <mxCell id="dHOnNA1qFKyTxo9gN7e2-110" edge="1" parent="1" source="dHOnNA1qFKyTxo9gN7e2-98" style="edgeStyle=none;curved=1;rounded=0;orthogonalLoop=1;jettySize=auto;html=1;fontSize=12;startSize=8;endSize=8;" target="dHOnNA1qFKyTxo9gN7e2-95" value="">
          <mxGeometry relative="1" as="geometry" />
        </mxCell>
        <mxCell id="dHOnNA1qFKyTxo9gN7e2-98" parent="1" style="rounded=0;whiteSpace=wrap;html=1;fontStyle=1;fontSize=30;" value="Khởi tạo module&lt;div&gt;giám sát năng lượng&lt;/div&gt;" vertex="1">
          <mxGeometry height="136" width="290" x="9573" y="890" as="geometry" />
        </mxCell>
        <mxCell id="dHOnNA1qFKyTxo9gN7e2-112" edge="1" parent="1" source="dHOnNA1qFKyTxo9gN7e2-101" style="edgeStyle=none;curved=1;rounded=0;orthogonalLoop=1;jettySize=auto;html=1;fontSize=12;startSize=8;endSize=8;" target="dHOnNA1qFKyTxo9gN7e2-102" value="">
          <mxGeometry relative="1" as="geometry" />
        </mxCell>
        <mxCell id="dHOnNA1qFKyTxo9gN7e2-101" parent="1" style="rounded=0;whiteSpace=wrap;html=1;fontStyle=1;fontSize=30;" value="Hiển thị lên&lt;div&gt;terminal&lt;/div&gt;" vertex="1">
          <mxGeometry height="136" width="290" x="9571" y="1216" as="geometry" />
        </mxCell>
        <mxCell id="dHOnNA1qFKyTxo9gN7e2-102" parent="1" style="rounded=1;whiteSpace=wrap;html=1;fontStyle=1;fontSize=30;" value="&lt;font&gt;Kết thúc&lt;/font&gt;" vertex="1">
          <mxGeometry height="104" width="214" x="9609" y="1380" as="geometry" />
        </mxCell>
        <mxCell id="dHOnNA1qFKyTxo9gN7e2-104" parent="1" style="rounded=1;whiteSpace=wrap;html=1;fontStyle=1;fontSize=30;" value="&lt;font&gt;Kết thúc&lt;/font&gt;" vertex="1">
          <mxGeometry height="104" width="214" x="6529" y="2253" as="geometry" />
        </mxCell>
        <mxCell id="dHOnNA1qFKyTxo9gN7e2-105" parent="1" style="rounded=1;whiteSpace=wrap;html=1;fontStyle=1;fontSize=30;" value="&lt;font&gt;Kết thúc&lt;/font&gt;" vertex="1">
          <mxGeometry height="104" width="214" x="5341" y="2703" as="geometry" />
        </mxCell>
        <mxCell id="dHOnNA1qFKyTxo9gN7e2-113" parent="1" style="rounded=1;whiteSpace=wrap;html=1;fontStyle=1;fontSize=30;" value="&lt;font&gt;Bắt đầu&lt;/font&gt;" vertex="1">
          <mxGeometry height="104" width="214" x="8070" y="199" as="geometry" />
        </mxCell>
        <mxCell id="dHOnNA1qFKyTxo9gN7e2-115" edge="1" parent="1" source="dHOnNA1qFKyTxo9gN7e2-114" style="edgeStyle=none;curved=1;rounded=0;orthogonalLoop=1;jettySize=auto;html=1;fontSize=12;startSize=8;endSize=8;" target="dHOnNA1qFKyTxo9gN7e2-105" value="">
          <mxGeometry relative="1" as="geometry" />
        </mxCell>
        <mxCell id="dHOnNA1qFKyTxo9gN7e2-114" parent="1" style="shape=parallelogram;perimeter=parallelogramPerimeter;whiteSpace=wrap;html=1;fixedSize=1;fontStyle=1;fontSize=30;" value="&lt;span&gt;Xuất dữ liệu&amp;nbsp;&lt;/span&gt;&lt;div&gt;&lt;span&gt;&amp;amp;&lt;/span&gt;&lt;/div&gt;&lt;div&gt;&lt;span&gt;Gửi&lt;/span&gt;&lt;/div&gt;" vertex="1">
          <mxGeometry height="151" width="310" x="5293" y="2530" as="geometry" />
        </mxCell>
        <mxCell id="dHOnNA1qFKyTxo9gN7e2-118" parent="1" style="rounded=0;whiteSpace=wrap;html=1;fontStyle=1;fontSize=30;" value="&lt;font&gt;Khởi tạo phần cứng&lt;/font&gt;&lt;div&gt;và biến&lt;/div&gt;" vertex="1">
          <mxGeometry height="136" width="290" x="8032" y="321" as="geometry" />
        </mxCell>
        <mxCell id="dHOnNA1qFKyTxo9gN7e2-119" parent="1" style="shape=parallelogram;perimeter=parallelogramPerimeter;whiteSpace=wrap;html=1;fixedSize=1;fontStyle=1;fontSize=30;" value="&lt;div&gt;&lt;font&gt;Đọc giá trị&amp;nbsp;&lt;/font&gt;&lt;/div&gt;&lt;div&gt;điện áp &amp;amp; dòng điện&lt;/div&gt;" vertex="1">
          <mxGeometry height="149" width="310" x="8022" y="482" as="geometry" />
        </mxCell>
        <mxCell id="dHOnNA1qFKyTxo9gN7e2-121" parent="1" style="shape=parallelogram;perimeter=parallelogramPerimeter;whiteSpace=wrap;html=1;fixedSize=1;fontStyle=1;fontSize=30;" value="&lt;div&gt;&lt;font&gt;Cập nhật&lt;/font&gt;&lt;/div&gt;&lt;div&gt;dung lượng Pin&lt;/div&gt;" vertex="1">
          <mxGeometry height="151" width="310" x="4833" y="786" as="geometry" />
        </mxCell>
        <mxCell id="dHOnNA1qFKyTxo9gN7e2-122" parent="1" style="shape=parallelogram;perimeter=parallelogramPerimeter;whiteSpace=wrap;html=1;fixedSize=1;fontStyle=1;fontSize=30;" value="&lt;div&gt;&lt;font&gt;Cập nhật trạng thái&lt;br&gt;LED &amp;amp; còi&lt;br&gt;&lt;/font&gt;&lt;/div&gt;" vertex="1">
          <mxGeometry height="141" width="310" x="5293" y="1717" as="geometry" />
+         </mxCell>
+         <mxCell id="dHOnNA1qFKyTxo9gN7e2-123" parent="1" style="shape=parallelogram;perimeter=parallelogramPerimeter;whiteSpace=wrap;html=1;fixedSize=1;fontStyle=1;fontSize=30;" value="Tăng đếm++" vertex="1">
+           <mxGeometry height="151" width="310" x="6916" y="1840" as="geometry" />
+         </mxCell>
+         <mxCell id="dHOnNA1qFKyTxo9gN7e2-124" parent="1" style="shape=parallelogram;perimeter=parallelogramPerimeter;whiteSpace=wrap;html=1;fixedSize=1;fontStyle=1;fontSize=30;" value="Reset biến đếm&lt;div&gt;về 0&lt;/div&gt;" vertex="1">
+           <mxGeometry height="151" width="310" x="6068" y="1537" as="geometry" />
        </mxCell>
      </root>
    </mxGraphModel>
  </diagram>
</mxfile>
